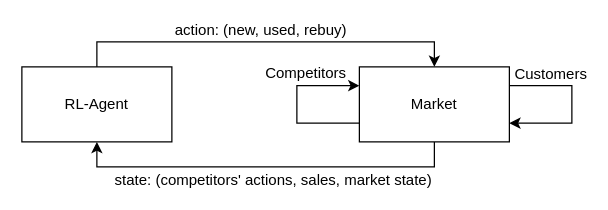
The draw.io diagram images/RL_overview.drawio in NikkelM/bachelor-thesis, before the edit. Source tidied: cells renumbered, new cells numbered last; positions are measured from the earlier drawing's top-left corner, leaving out a move shared by most shapes. Both pictures are drawn from the tidied source at 125%, with x=0, y=0 at pixel (21, 41).
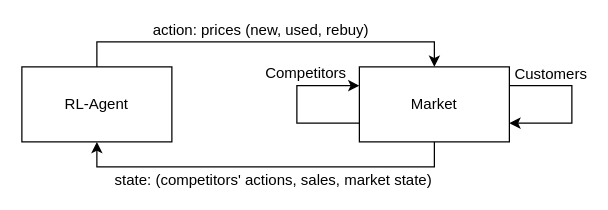
Above is the later version.

The change refers to these unchanged cells:
```xml
<mxCell id="8" style="edgeStyle=orthogonalEdgeStyle;rounded=0;jettySize=auto;html=1;exitX=0.5;exitY=0;exitDx=0;exitDy=0;entryX=0.5;entryY=0;entryDx=0;entryDy=0;" parent="1" edge="1" source="10" target="7">
  <mxGeometry relative="1" as="geometry">
    <Array as="points">
      <mxPoint x="60" />
      <mxPoint x="330" />
    </Array>
  </mxGeometry>
</mxCell>
```

What changed in the source:
```diff
@@
-    <mxCell id="9" value="action: (new, used, rebuy)" style="text;html=1;align=center;verticalAlign=middle;labelBackgroundColor=none;" parent="8" vertex="1">
+    <mxCell id="9" value="action: prices (new, used, rebuy)" style="text;html=1;align=center;verticalAlign=middle;labelBackgroundColor=none;" parent="8" vertex="1">
       <mxGeometry x="-0.06" y="1" relative="1" as="geometry">
         <mxPoint x="4.5" y="-9" as="offset" />
       </mxGeometry>
     </mxCell>
```
